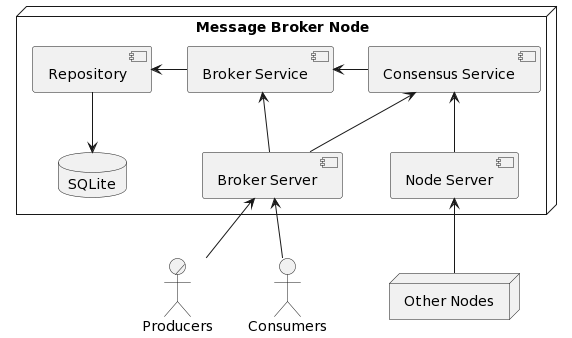
Marcel-MD/geo-distributed-message-broker keeps this PlantUML diagram as diagrams/comp.png. Above is the earlier version.
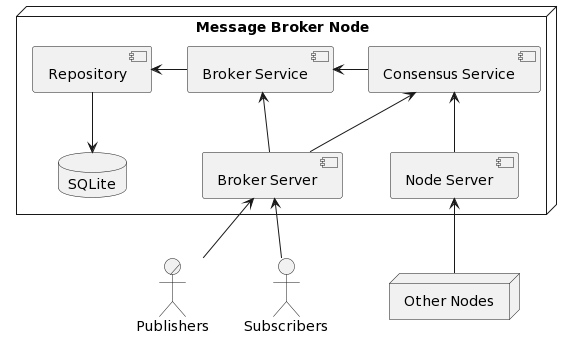
Later version of the same file.

Change to the diagram source:
```diff
@@ -9,8 +9,8 @@
   component "Node Server" as NS
 }
 
-actor/ "Producers" as P
-actor "Consumers" as C
+actor/ "Publishers" as P
+actor "Subscribers" as C
 node "Other Nodes" as N
 
 R --> DB
```
